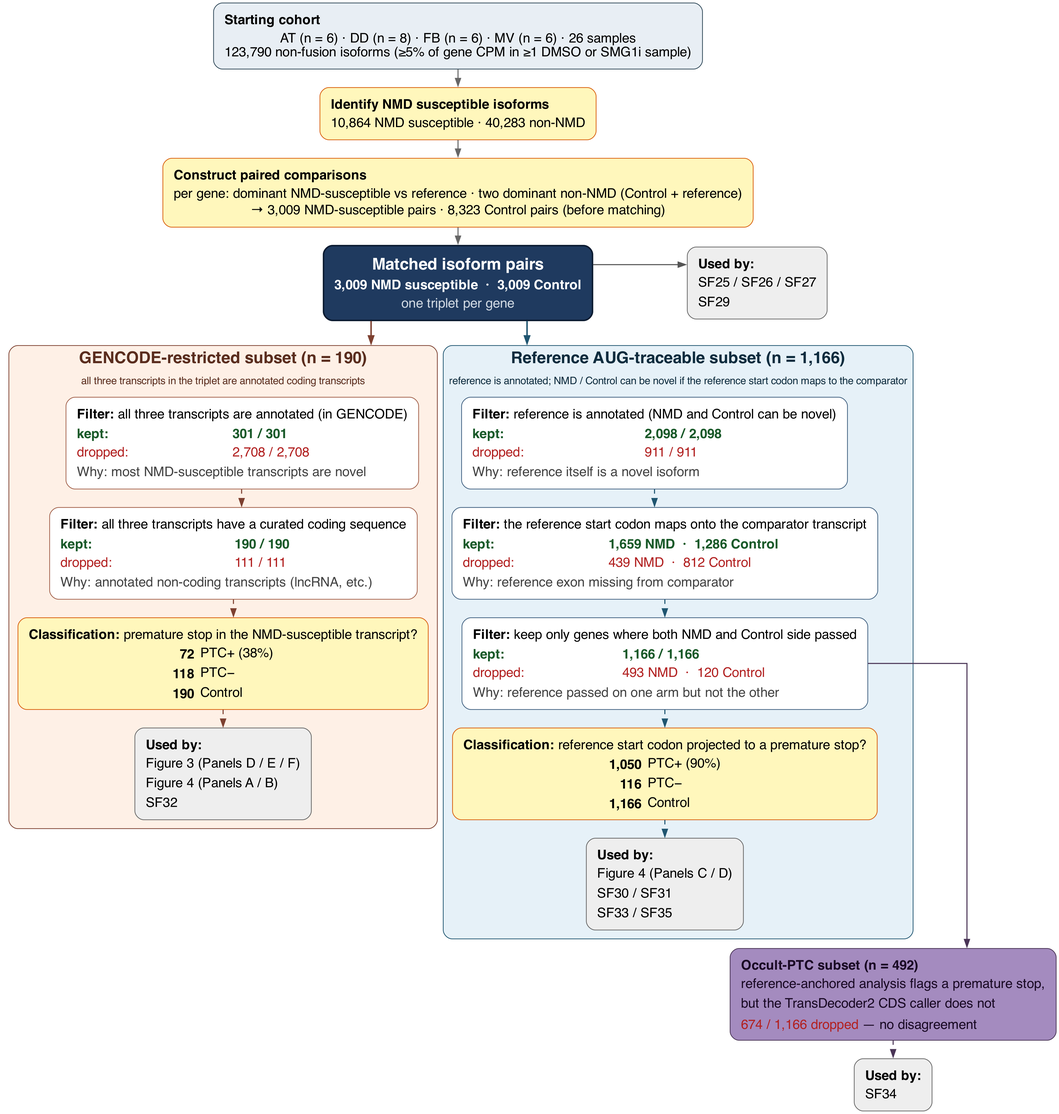
This is figures/SupplementalFigures/SF28_PairAnalysisFlowchart/figure_s_pair_analysis_flowchart.png from peter4244/nmd_isopair_analysis, a Graphviz export, as it was before one commit. Its source is kept beside it as figures/SupplementalFigures/SF28_PairAnalysisFlowchart/figure_s_pair_analysis_flowchart.dot.
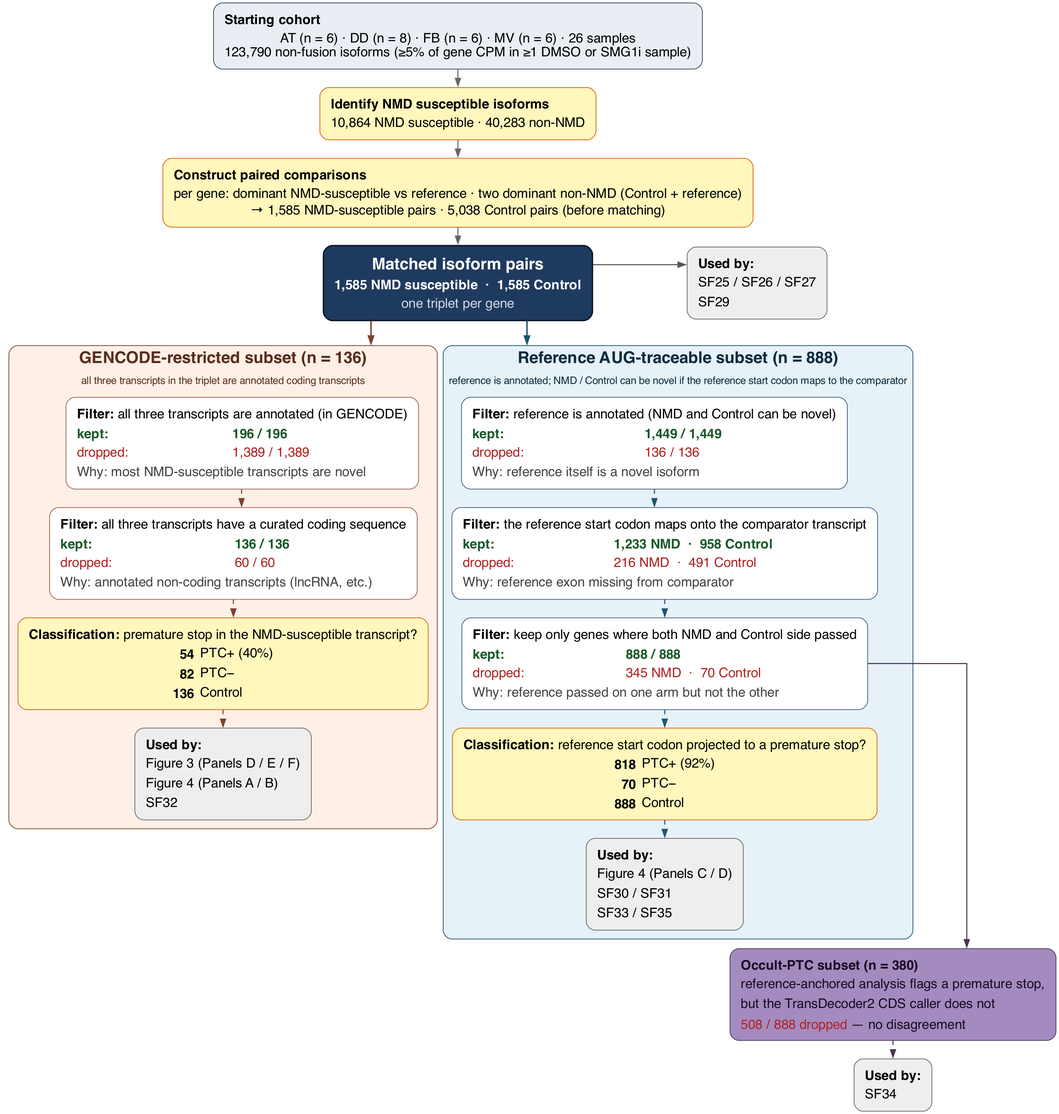
After the commit.

Commit message:
SF28: update pair-analysis flowchart cascade for reference floor

The edit, as a diff of the source:
```diff
@@ -8,13 +8,13 @@
 
   U1 [label=<<TABLE BORDER="0" CELLBORDER="0" CELLSPACING="0" CELLPADDING="4"><TR><TD ALIGN="LEFT"><B>Starting cohort</B></TD></TR><TR><TD ALIGN="LEFT">AT (n = 6) · DD (n = 8) · FB (n = 6) · MV (n = 6) · 26 samples<BR/>123,790 non-fusion isoforms (≥5% of gene CPM in ≥1 DMSO or SMG1i sample)</TD></TR></TABLE>>, fillcolor="#e8eef4", color="#2f4858"]
   U2 [label=<<TABLE BORDER="0" CELLBORDER="0" CELLSPACING="0" CELLPADDING="4"><TR><TD ALIGN="LEFT"><B>Identify NMD susceptible isoforms</B></TD></TR><TR><TD ALIGN="LEFT">10,864 NMD susceptible · 40,283 non-NMD</TD></TR></TABLE>>, fillcolor="#fff7bc", color="#d95f0e"]
-  U3 [label=<<TABLE BORDER="0" CELLBORDER="0" CELLSPACING="0" CELLPADDING="4"><TR><TD ALIGN="LEFT"><B>Construct paired comparisons</B></TD></TR><TR><TD ALIGN="LEFT">per gene: dominant NMD-susceptible vs reference · two dominant non-NMD (Control + reference)<BR/>→ 3,009 NMD-susceptible pairs · 8,323 Control pairs (before matching)</TD></TR></TABLE>>, fillcolor="#fff7bc", color="#d95f0e"]
+  U3 [label=<<TABLE BORDER="0" CELLBORDER="0" CELLSPACING="0" CELLPADDING="4"><TR><TD ALIGN="LEFT"><B>Construct paired comparisons</B></TD></TR><TR><TD ALIGN="LEFT">per gene: dominant NMD-susceptible vs reference · two dominant non-NMD (Control + reference)<BR/>→ 1,585 NMD-susceptible pairs · 5,038 Control pairs (before matching)</TD></TR></TABLE>>, fillcolor="#fff7bc", color="#d95f0e"]
 
   U1 -> U2 -> U3
 
   HUB [label=<<TABLE BORDER="0" CELLBORDER="0" CELLSPACING="0" CELLPADDING="4">
                 <TR><TD ALIGN="CENTER"><FONT COLOR="white" POINT-SIZE="22"><B>Matched isoform pairs</B></FONT></TD></TR>
-                <TR><TD ALIGN="CENTER"><FONT COLOR="white"><B>3,009 NMD susceptible  ·  3,009 Control</B></FONT></TD></TR>
+                <TR><TD ALIGN="CENTER"><FONT COLOR="white"><B>1,585 NMD susceptible  ·  1,585 Control</B></FONT></TD></TR>
                 <TR><TD ALIGN="CENTER"><FONT COLOR="#cfd8e2" POINT-SIZE="18">one triplet per gene</FONT></TD></TR>
               </TABLE>>,
        fillcolor="#1f3a5f", color="#0a1a30", penwidth=2.0]
@@ -22,7 +22,7 @@
   U3 -> HUB
 
   subgraph cluster_S1 {
-    label = <<FONT POINT-SIZE="22"><B>GENCODE-restricted subset (n = 190)</B></FONT><BR/><BR/>all three transcripts in the triplet are annotated coding transcripts>
+    label = <<FONT POINT-SIZE="22"><B>GENCODE-restricted subset (n = 136)</B></FONT><BR/><BR/>all three transcripts in the triplet are annotated coding transcripts>
     labelloc = "t"
     style = "rounded,filled"
     fillcolor = "#fef0e6"
@@ -34,11 +34,11 @@
        <TR><TD ALIGN="LEFT" COLSPAN="2"><B>Filter:</B>&nbsp;all three transcripts are annotated (in GENCODE)</TD></TR>
        <TR>
          <TD ALIGN="LEFT"><FONT COLOR="#1a5a2a"><B>kept:</B></FONT></TD>
-         <TD ALIGN="LEFT"><FONT COLOR="#1a5a2a"><B>301 / 301</B></FONT></TD>
+         <TD ALIGN="LEFT"><FONT COLOR="#1a5a2a"><B>196 / 196</B></FONT></TD>
        </TR>
        <TR>
          <TD ALIGN="LEFT"><FONT COLOR="#b22222">dropped:</FONT></TD>
-         <TD ALIGN="LEFT"><FONT COLOR="#b22222">2,708 / 2,708</FONT></TD>
+         <TD ALIGN="LEFT"><FONT COLOR="#b22222">1,389 / 1,389</FONT></TD>
        </TR>
        <TR>
          <TD ALIGN="LEFT" COLSPAN="2"><FONT POINT-SIZE="18" COLOR="#444">Why: most NMD-susceptible transcripts are novel</FONT></TD>
@@ -48,11 +48,11 @@
        <TR><TD ALIGN="LEFT" COLSPAN="2"><B>Filter:</B>&nbsp;all three transcripts have a curated coding sequence</TD></TR>
        <TR>
          <TD ALIGN="LEFT"><FONT COLOR="#1a5a2a"><B>kept:</B></FONT></TD>
-         <TD ALIGN="LEFT"><FONT COLOR="#1a5a2a"><B>190 / 190</B></FONT></TD>
+         <TD ALIGN="LEFT"><FONT COLOR="#1a5a2a"><B>136 / 136</B></FONT></TD>
        </TR>
        <TR>
          <TD ALIGN="LEFT"><FONT COLOR="#b22222">dropped:</FONT></TD>
-         <TD ALIGN="LEFT"><FONT COLOR="#b22222">111 / 111</FONT></TD>
+         <TD ALIGN="LEFT"><FONT COLOR="#b22222">60 / 60</FONT></TD>
        </TR>
        <TR>
          <TD ALIGN="LEFT" COLSPAN="2"><FONT POINT-SIZE="18" COLOR="#444">Why: annotated non-coding transcripts (lncRNA, etc.)</FONT></TD>
@@ -61,9 +61,9 @@
 
     S1_GROUPS [label=<<TABLE BORDER="0" CELLBORDER="0" CELLSPACING="0" CELLPADDING="4">
                        <TR><TD ALIGN="LEFT" COLSPAN="2"><B>Classification:</B>&nbsp;premature stop in the NMD-susceptible transcript?</TD></TR>
-                       <TR><TD ALIGN="RIGHT"><B>72</B></TD><TD ALIGN="LEFT">PTC+ (38%)</TD></TR>
-                       <TR><TD ALIGN="RIGHT"><B>118</B></TD><TD ALIGN="LEFT">PTC−</TD></TR>
-                       <TR><TD ALIGN="RIGHT"><B>190</B></TD><TD ALIGN="LEFT">Control</TD></TR>
+                       <TR><TD ALIGN="RIGHT"><B>54</B></TD><TD ALIGN="LEFT">PTC+ (40%)</TD></TR>
+                       <TR><TD ALIGN="RIGHT"><B>82</B></TD><TD ALIGN="LEFT">PTC−</TD></TR>
+                       <TR><TD ALIGN="RIGHT"><B>136</B></TD><TD ALIGN="LEFT">Control</TD></TR>
                      </TABLE>>,
                fillcolor="#fff7bc", color="#d95f0e"]
 
@@ -79,7 +79,7 @@
   }
 
   subgraph cluster_S2 {
-    label = <<FONT POINT-SIZE="22"><B>Reference AUG-traceable subset (n = 1,166)</B></FONT><BR/><BR/>reference is annotated; NMD / Control can be novel if the reference start codon maps to the comparator>
+    label = <<FONT POINT-SIZE="22"><B>Reference AUG-traceable subset (n = 888)</B></FONT><BR/><BR/>reference is annotated; NMD / Control can be novel if the reference start codon maps to the comparator>
     labelloc = "t"
     style = "rounded,filled"
     fillcolor = "#e6f1f8"
@@ -91,11 +91,11 @@
        <TR><TD ALIGN="LEFT" COLSPAN="2"><B>Filter:</B>&nbsp;reference is annotated (NMD and Control can be novel)</TD></TR>
        <TR>
          <TD ALIGN="LEFT"><FONT COLOR="#1a5a2a"><B>kept:</B></FONT></TD>
-         <TD ALIGN="LEFT"><FONT COLOR="#1a5a2a"><B>2,098 / 2,098</B></FONT></TD>
+         <TD ALIGN="LEFT"><FONT COLOR="#1a5a2a"><B>1,449 / 1,449</B></FONT></TD>
        </TR>
        <TR>
          <TD ALIGN="LEFT"><FONT COLOR="#b22222">dropped:</FONT></TD>
-         <TD ALIGN="LEFT"><FONT COLOR="#b22222">911 / 911</FONT></TD>
+         <TD ALIGN="LEFT"><FONT COLOR="#b22222">136 / 136</FONT></TD>
        </TR>
        <TR>
          <TD ALIGN="LEFT" COLSPAN="2"><FONT POINT-SIZE="18" COLOR="#444">Why: reference itself is a novel isoform</FONT></TD>
@@ -105,11 +105,11 @@
        <TR><TD ALIGN="LEFT" COLSPAN="2"><B>Filter:</B>&nbsp;the reference start codon maps onto the comparator transcript</TD></TR>
        <TR>
          <TD ALIGN="LEFT"><FONT COLOR="#1a5a2a"><B>kept:</B></FONT></TD>
-         <TD ALIGN="LEFT"><FONT COLOR="#1a5a2a"><B>1,659 NMD  ·  1,286 Control</B></FONT></TD>
+         <TD ALIGN="LEFT"><FONT COLOR="#1a5a2a"><B>1,233 NMD  ·  958 Control</B></FONT></TD>
        </TR>
        <TR>
          <TD ALIGN="LEFT"><FONT COLOR="#b22222">dropped:</FONT></TD>
-         <TD ALIGN="LEFT"><FONT COLOR="#b22222">439 NMD  ·  812 Control</FONT></TD>
+         <TD ALIGN="LEFT"><FONT COLOR="#b22222">216 NMD  ·  491 Control</FONT></TD>
        </TR>
        <TR>
          <TD ALIGN="LEFT" COLSPAN="2"><FONT POINT-SIZE="18" COLOR="#444">Why: reference exon missing from comparator</FONT></TD>
@@ -119,11 +119,11 @@
        <TR><TD ALIGN="LEFT" COLSPAN="2"><B>Filter:</B>&nbsp;keep only genes where both NMD and Control side passed</TD></TR>
        <TR>
          <TD ALIGN="LEFT"><FONT COLOR="#1a5a2a"><B>kept:</B></FONT></TD>
-         <TD ALIGN="LEFT"><FONT COLOR="#1a5a2a"><B>1,166 / 1,166</B></FONT></TD>
+         <TD ALIGN="LEFT"><FONT COLOR="#1a5a2a"><B>888 / 888</B></FONT></TD>
        </TR>
        <TR>
          <TD ALIGN="LEFT"><FONT COLOR="#b22222">dropped:</FONT></TD>
-         <TD ALIGN="LEFT"><FONT COLOR="#b22222">493 NMD  ·  120 Control</FONT></TD>
+         <TD ALIGN="LEFT"><FONT COLOR="#b22222">345 NMD  ·  70 Control</FONT></TD>
        </TR>
        <TR>
          <TD ALIGN="LEFT" COLSPAN="2"><FONT POINT-SIZE="18" COLOR="#444">Why: reference passed on one arm but not the other</FONT></TD>
@@ -132,9 +132,9 @@
 
     S2_GROUPS [label=<<TABLE BORDER="0" CELLBORDER="0" CELLSPACING="0" CELLPADDING="4">
                        <TR><TD ALIGN="LEFT" COLSPAN="2"><B>Classification:</B>&nbsp;reference start codon projected to a premature stop?</TD></TR>
-                       <TR><TD ALIGN="RIGHT"><B>1,050</B></TD><TD ALIGN="LEFT">PTC+ (90%)</TD></TR>
-                       <TR><TD ALIGN="RIGHT"><B>116</B></TD><TD ALIGN="LEFT">PTC−</TD></TR>
-                       <TR><TD ALIGN="RIGHT"><B>1,166</B></TD><TD ALIGN="LEFT">Control</TD></TR>
+                       <TR><TD ALIGN="RIGHT"><B>818</B></TD><TD ALIGN="LEFT">PTC+ (92%)</TD></TR>
+                       <TR><TD ALIGN="RIGHT"><B>70</B></TD><TD ALIGN="LEFT">PTC−</TD></TR>
+                       <TR><TD ALIGN="RIGHT"><B>888</B></TD><TD ALIGN="LEFT">Control</TD></TR>
                      </TABLE>>,
                fillcolor="#fff7bc", color="#d95f0e"]
 
@@ -150,10 +150,10 @@
   }
 
   HPTC [label=<<TABLE BORDER="0" CELLBORDER="0" CELLSPACING="0" CELLPADDING="4">
-                <TR><TD ALIGN="LEFT"><B>Occult-PTC subset (n = 492)</B></TD></TR>
+                <TR><TD ALIGN="LEFT"><B>Occult-PTC subset (n = 380)</B></TD></TR>
                 <TR><TD ALIGN="LEFT">reference-anchored analysis flags a premature stop,</TD></TR>
                 <TR><TD ALIGN="LEFT">but the TransDecoder2 CDS caller does not</TD></TR>
-                <TR><TD ALIGN="LEFT"><FONT COLOR="#b22222">674 / 1,166 dropped</FONT> — no disagreement</TD></TR>
+                <TR><TD ALIGN="LEFT"><FONT COLOR="#b22222">508 / 888 dropped</FONT> — no disagreement</TD></TR>
               </TABLE>>,
         fillcolor="#a48bbf", color="#4a3556", fontcolor="#1a0a25"]
 
```
